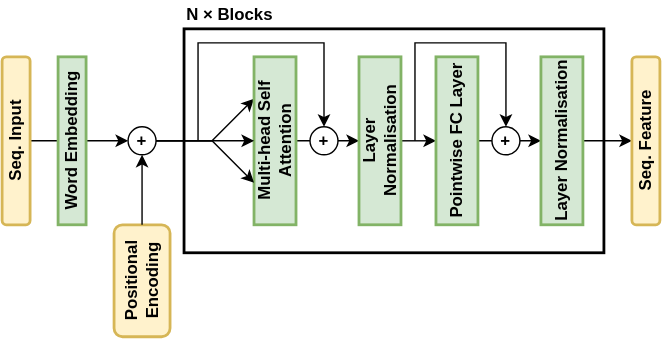
Before: transformer_encoding.svg, a diagram exported from draw.io (yyhtbs-yye/course_images). Source tidied: cells renumbered, new cells last; positions are measured from the earlier drawing's top-left corner, leaving out a move shared by most shapes.
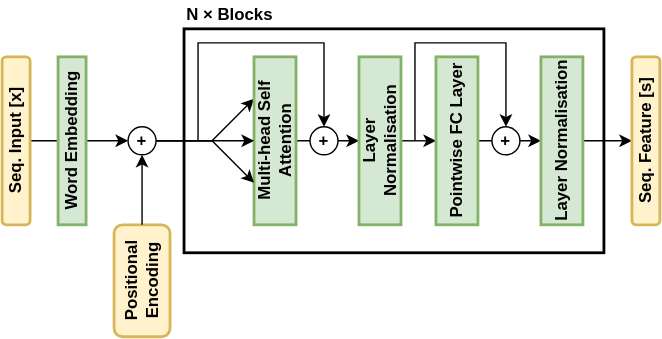
After the change.

Change to the diagram source:
```diff
@@ -15,7 +15,7 @@
     <mxCell id="4" style="rounded=0;jettySize=auto;html=1;" parent="1" edge="1" source="5" target="8">
       <mxGeometry relative="1" as="geometry" />
     </mxCell>
-    <mxCell id="5" value="Seq. Input" style="rounded=1;whiteSpace=wrap;html=1;fillColor=#fff2cc;strokeColor=#d6b656;horizontal=0;fontStyle=1;strokeWidth=2;" parent="1" vertex="1">
+    <mxCell id="5" value="Seq. Input [x]" style="rounded=1;whiteSpace=wrap;html=1;fillColor=#fff2cc;strokeColor=#d6b656;horizontal=0;fontStyle=1;strokeWidth=2;" parent="1" vertex="1">
       <mxGeometry y="40" width="20" height="120" as="geometry" />
     </mxCell>
     <mxCell id="6" value="Word Embedding" style="rounded=0;whiteSpace=wrap;html=1;fillColor=#d5e8d4;strokeColor=#82b366;horizontal=0;fontStyle=1;strokeWidth=2;" parent="1" vertex="1">
@@ -94,7 +94,7 @@
         </Array>
       </mxGeometry>
     </mxCell>
-    <mxCell id="25" value="Seq. Feature" style="rounded=1;whiteSpace=wrap;html=1;fillColor=#fff2cc;strokeColor=#d6b656;horizontal=0;fontStyle=1;strokeWidth=2;" parent="1" vertex="1">
+    <mxCell id="25" value="Seq. Feature [s]" style="rounded=1;whiteSpace=wrap;html=1;fillColor=#fff2cc;strokeColor=#d6b656;horizontal=0;fontStyle=1;strokeWidth=2;" parent="1" vertex="1">
       <mxGeometry x="450" y="40" width="20" height="120" as="geometry" />
     </mxCell>
   </root>
```
